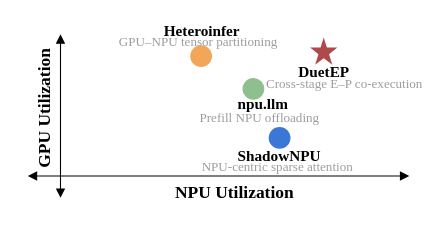
Above: figures/intro_util.drawio in icszhr/hermes (draw.io), before the change. Source tidied: cells renumbered, new cells numbered last; positions are measured from the earlier drawing's top-left corner, leaving out a move shared by most shapes. Both pictures are drawn from the tidied source at 109%, with x=0, y=0 at pixel (-22, 23).
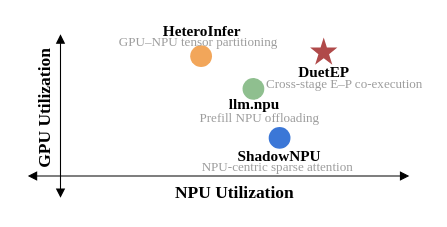
Above is the later version.

What changed in the source:
```diff
@@
 <mxGraphModel>
   <root>
     <mxCell id="0" />
     <mxCell id="1" parent="0" />
     <mxCell id="2" style="endArrow=block;startArrow=block;html=1;rounded=0;startFill=1;endFill=1;" parent="1" edge="1">
       <mxGeometry relative="1" as="geometry">
         <mxPoint x="45" y="140" as="sourcePoint" />
         <mxPoint x="395" y="140" as="targetPoint" />
       </mxGeometry>
     </mxCell>
     <mxCell id="3" style="endArrow=block;startArrow=block;html=1;rounded=0;startFill=1;endFill=1;" parent="1" edge="1">
       <mxGeometry relative="1" as="geometry">
         <mxPoint x="75" y="160" as="sourcePoint" />
         <mxPoint x="75" y="10" as="targetPoint" />
       </mxGeometry>
     </mxCell>
     <mxCell id="4" value="NPU Utilization" style="text;html=1;whiteSpace=wrap;strokeColor=none;fillColor=none;align=center;verticalAlign=middle;rounded=0;fontFamily=Times New Roman;fontSize=16;fontStyle=1;" parent="1" vertex="1">
       <mxGeometry x="175" y="140" width="120" height="30" as="geometry" />
     </mxCell>
     <mxCell id="5" value="GPU Utilization" style="text;html=1;whiteSpace=wrap;strokeColor=none;fillColor=none;align=center;verticalAlign=middle;rounded=0;rotation=-90;fontFamily=Times New Roman;fontSize=16;fontStyle=1;" parent="1" vertex="1">
       <mxGeometry y="63" width="120" height="30" as="geometry" />
     </mxCell>
     <mxCell id="6" style="verticalLabelPosition=bottom;verticalAlign=top;html=1;shape=mxgraph.basic.star;fillColor=light-dark(#b04a4a, #ededed);strokeColor=none;" parent="1" vertex="1">
       <mxGeometry x="304" y="13" width="25" height="25" as="geometry" />
     </mxCell>
     <mxCell id="7" style="ellipse;whiteSpace=wrap;html=1;shapeInside=1;fillColor=light-dark(#8fbf8f, #ededed);strokeColor=none;" parent="1" vertex="1">
       <mxGeometry x="242" y="50" width="20" height="20" as="geometry" />
     </mxCell>
     <mxCell id="8" style="ellipse;whiteSpace=wrap;html=1;shapeInside=1;fillColor=light-dark(#f2a65a, #ededed);strokeColor=none;" parent="1" vertex="1">
       <mxGeometry x="194" y="20" width="20" height="20" as="geometry" />
     </mxCell>
     <mxCell id="9" style="ellipse;whiteSpace=wrap;html=1;shapeInside=1;fillColor=light-dark(#3b77d7, #ededed);strokeColor=none;" parent="1" vertex="1">
       <mxGeometry x="266" y="95" width="20" height="20" as="geometry" />
     </mxCell>
-    <mxCell id="10" value="&lt;font style=&quot;font-size: 14px;&quot;&gt;npu.llm&lt;/font&gt;" style="text;html=1;whiteSpace=wrap;strokeColor=none;fillColor=none;align=center;verticalAlign=middle;rounded=0;fontFamily=Times New Roman;fontSize=16;fontStyle=1;" parent="1" vertex="1">
-      <mxGeometry x="234" y="67" width="54" height="12" as="geometry" />
+    <mxCell id="10" value="&lt;span style=&quot;font-size: 14px;&quot;&gt;llm.npu&lt;/span&gt;" style="text;html=1;whiteSpace=wrap;strokeColor=none;fillColor=none;align=center;verticalAlign=middle;rounded=0;fontFamily=Times New Roman;fontSize=16;fontStyle=1;" parent="1" vertex="1">
+      <mxGeometry x="226" y="67" width="54" height="12" as="geometry" />
     </mxCell>
-    <mxCell id="11" value="&lt;font style=&quot;font-size: 14px;&quot;&gt;Heteroinfer&lt;/font&gt;" style="text;html=1;whiteSpace=wrap;strokeColor=none;fillColor=none;align=center;verticalAlign=middle;rounded=0;fontFamily=Times New Roman;fontSize=16;fontStyle=1;" parent="1" vertex="1">
+    <mxCell id="11" value="&lt;font style=&quot;font-size: 14px;&quot;&gt;HeteroInfer&lt;/font&gt;" style="text;html=1;whiteSpace=wrap;strokeColor=none;fillColor=none;align=center;verticalAlign=middle;rounded=0;fontFamily=Times New Roman;fontSize=16;fontStyle=1;" parent="1" vertex="1">
       <mxGeometry x="178" width="54" height="12" as="geometry" />
     </mxCell>
     <mxCell id="12" value="&lt;font style=&quot;font-size: 14px;&quot;&gt;ShadowNPU&lt;/font&gt;" style="text;html=1;whiteSpace=wrap;strokeColor=none;fillColor=none;align=center;verticalAlign=middle;rounded=0;fontFamily=Times New Roman;fontSize=16;fontStyle=1;" parent="1" vertex="1">
       <mxGeometry x="249" y="115" width="54" height="12" as="geometry" />
     </mxCell>
     <mxCell id="13" value="Prefill NPU offloading" style="text;whiteSpace=wrap;html=1;fontFamily=Times New Roman;fontColor=light-dark(#9d9d9d, #ededed);fontSize=12;" parent="1" vertex="1">
       <mxGeometry x="201" y="73" width="150" height="40" as="geometry" />
     </mxCell>
     <mxCell id="14" value="GPU–NPU tensor partitioning" style="text;whiteSpace=wrap;html=1;fontFamily=Times New Roman;fontColor=light-dark(#9d9d9d, #ededed);" parent="1" vertex="1">
       <mxGeometry x="127" y="3" width="190" height="40" as="geometry" />
     </mxCell>
     <mxCell id="15" value="NPU-centric sparse attention" style="text;whiteSpace=wrap;html=1;fontFamily=Times New Roman;fontColor=light-dark(#9d9d9d, #ededed);" parent="1" vertex="1">
       <mxGeometry x="203" y="118" width="150" height="20" as="geometry" />
     </mxCell>
     <mxCell id="16" value="Cross-stage E–P co-execution" style="text;whiteSpace=wrap;html=1;fontFamily=Times New Roman;fontColor=light-dark(#9d9d9d, #ededed);" parent="1" vertex="1">
       <mxGeometry x="262" y="42" width="150" height="20" as="geometry" />
     </mxCell>
     <mxCell id="17" value="&lt;font style=&quot;font-size: 14px;&quot;&gt;DuetEP&lt;/font&gt;" style="text;html=1;whiteSpace=wrap;strokeColor=none;fillColor=none;align=center;verticalAlign=middle;rounded=0;fontFamily=Times New Roman;fontSize=16;fontStyle=1;" parent="1" vertex="1">
       <mxGeometry x="289.5" y="38" width="54" height="12" as="geometry" />
     </mxCell>
   </root>
 </mxGraphModel>
```
